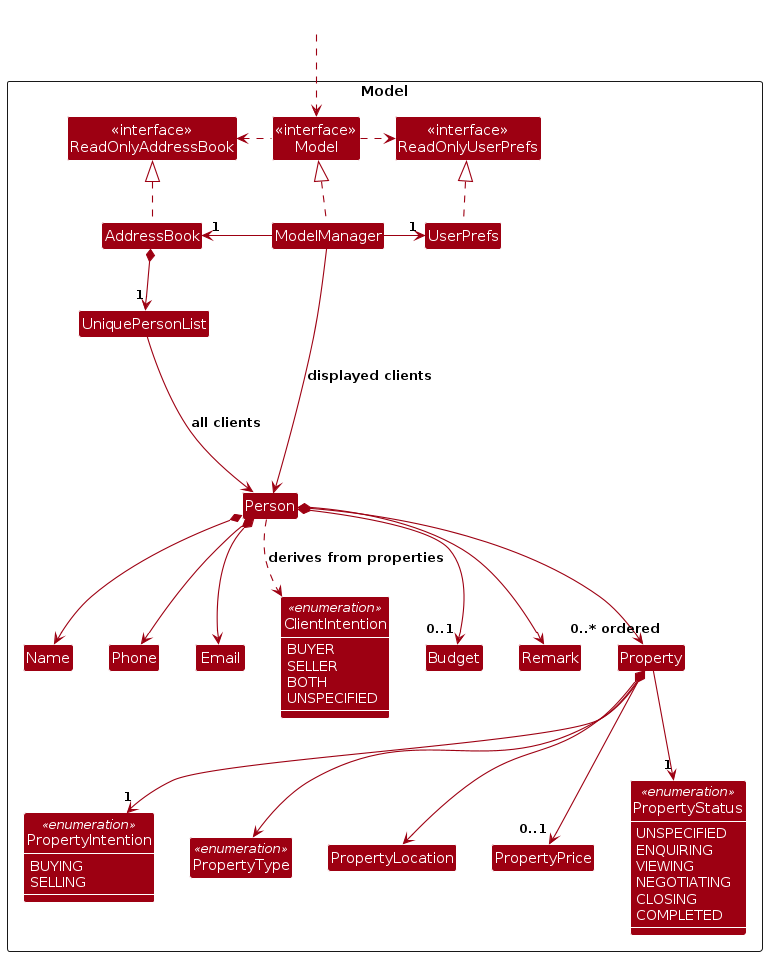
The PlantUML diagram diagrams/ModelClassDiagram.png in AY2627S1-CS2103T-W11-4/tp, before a commit. Its source is kept beside it as diagrams/ModelClassDiagram.puml.
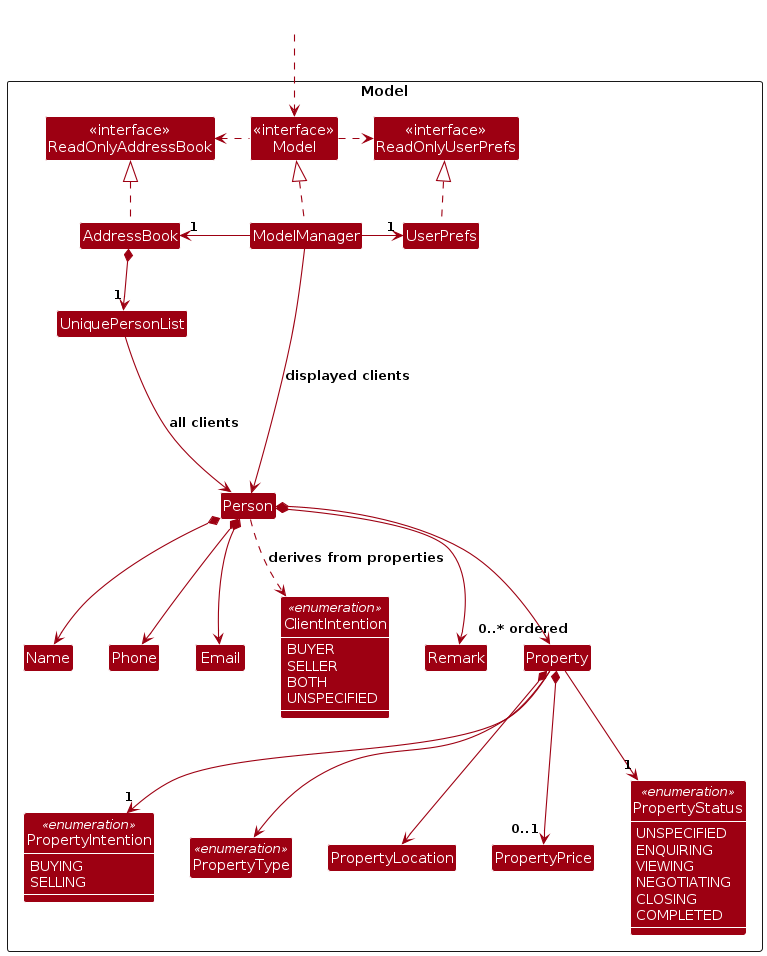
The same diagram one commit later.

Diff of the diagram source:
```diff
@@ -24,7 +24,6 @@
   BOTH
   UNSPECIFIED
 }
-Class Budget
 Class Remark
 Class Property
 Class PropertyIntention <<enumeration>> {
@@ -68,7 +67,6 @@
 Person *--> Phone
 Person *--> Email
 Person ..> ClientIntention : derives from properties
-Person *--> "0..1" Budget
 Person *--> Remark
 Person *--> "0..* ordered" Property
 Property --> PropertyType
```
